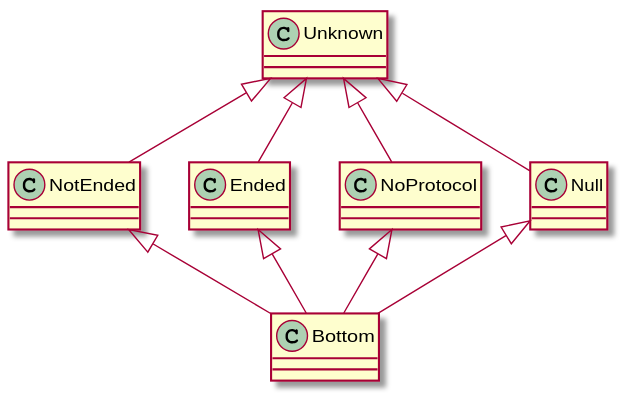
Before: type_system.svg, a diagram exported from PlantUML (jdmota/java-typestate-checker).
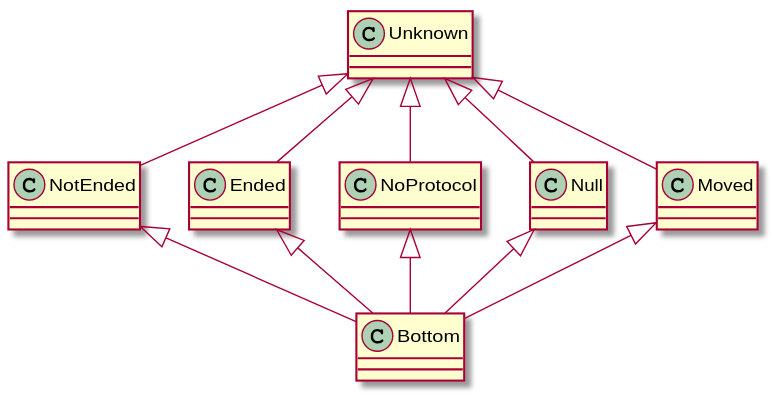
Above is the later version.

Diff of the diagram source:
```diff
@@ -3,8 +3,10 @@
 Unknown <|-- Ended
 Unknown <|-- NoProtocol
 Unknown <|-- Null
+Unknown <|-- Moved
 NotEnded <|-- Bottom
 Ended <|-- Bottom
 NoProtocol <|-- Bottom
 Null <|-- Bottom
+Moved <|-- Bottom
 @enduml
```
